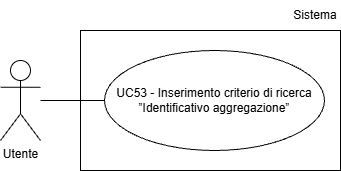
This is assets/Use_Case_Diagrams/UC53.png from Team-Three-Technologies/Documenti, a draw.io export, as it was before one commit. Source tidied: cells renumbered, new cells last; positions are measured from the earlier drawing's top-left corner, leaving out a move shared by most shapes.
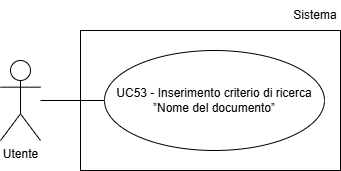
After the commit.

Change to the diagram source:
```diff
@@ -5,14 +5,14 @@
     <mxCell id="2" value="Utente" style="shape=umlActor;verticalLabelPosition=bottom;verticalAlign=top;html=1;" parent="1" vertex="1">
       <mxGeometry y="60" width="40" height="80" as="geometry" />
     </mxCell>
-    <mxCell id="3" value="UC53 - Inserimento criterio di ricerca ”Identificativo aggregazione”" style="ellipse;whiteSpace=wrap;html=1;align=center;" parent="1" vertex="1">
-      <mxGeometry x="104" y="50" width="220" height="100" as="geometry" />
-    </mxCell>
-    <mxCell id="4" style="endArrow=none;html=1;rounded=0;entryX=0;entryY=0.5;entryDx=0;entryDy=0;" parent="1" edge="1" target="3">
-      <mxGeometry relative="1" as="geometry">
-        <mxPoint x="40" y="100" as="sourcePoint" />
-      </mxGeometry>
-    </mxCell>
+    <mxCell id="7" value="UC53 - Inserimento criterio di ricerca ”Nome del documento”" style="ellipse;whiteSpace=wrap;html=1;align=center;" parent="1" vertex="1">
+      <mxGeometry x="104" y="50" width="220" height="100" as="geometry" />
+    </mxCell>
+    <mxCell id="8" style="endArrow=none;html=1;rounded=0;entryX=0;entryY=0.5;entryDx=0;entryDy=0;" parent="1" edge="1" target="7">
+      <mxGeometry relative="1" as="geometry">
+        <mxPoint x="40" y="100" as="sourcePoint" />
+      </mxGeometry>
+    </mxCell>
     <mxCell id="5" style="rounded=0;whiteSpace=wrap;html=1;fillColor=none;" parent="1" vertex="1">
       <mxGeometry x="80" y="30" width="260" height="140" as="geometry" />
     </mxCell>
```
